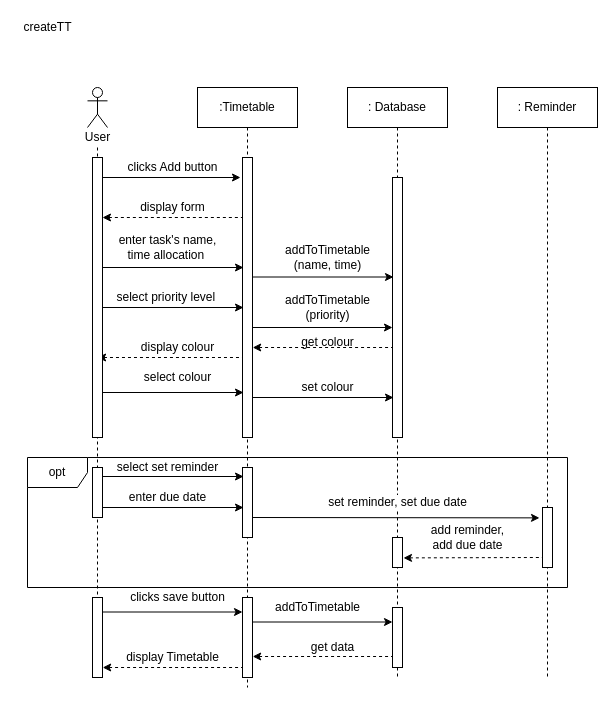
This is page "Page-2" (2 of 4) of Timetable.drawio from FaizAnuar/ashisu, a draw.io file, before an edit. Source tidied: cells renumbered, new cells numbered last; positions are measured from the earlier drawing's top-left corner, leaving out a move shared by most shapes. Both pictures are drawn from the tidied source at 100%, with x=0, y=0 at pixel (17, 17).
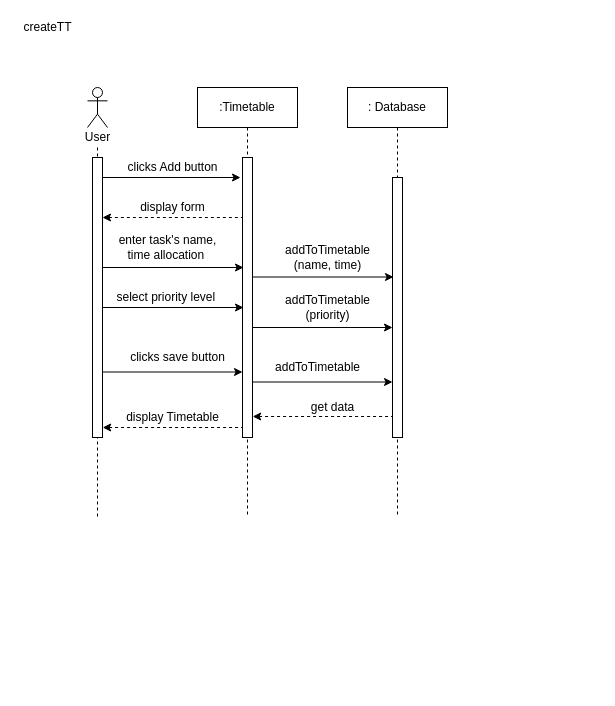
After the change.

Unchanged cells that the change refers to:
```xml
<mxCell id="5" value=":Timetable" style="rounded=0;whiteSpace=wrap;html=1;" parent="1" vertex="1">
  <mxGeometry x="180" y="70" width="100" height="40" as="geometry" />
</mxCell>
<mxCell id="7" value=": Database" style="rounded=0;whiteSpace=wrap;html=1;" parent="1" vertex="1">
  <mxGeometry x="330" y="70" width="100" height="40" as="geometry" />
</mxCell>
<mxCell id="11" value="User" style="text;html=1;align=center;verticalAlign=middle;points=[];strokeColor=none;" parent="1" vertex="1">
  <mxGeometry x="60" y="110" width="40" height="20" as="geometry" />
</mxCell>
```

What changed in the source:
```diff
@@
-    <mxCell id="2" value="opt" style="shape=umlFrame;whiteSpace=wrap;html=1;fillColor=#FFFFFF;" parent="1" vertex="1">
-      <mxGeometry x="10" y="440" width="540" height="130" as="geometry" />
-    </mxCell>
     <mxCell id="3" style="edgeStyle=orthogonalEdgeStyle;rounded=0;jettySize=auto;html=1;endArrow=none;endFill=0;dashed=1;" parent="1" edge="1" source="11">
       <mxGeometry relative="1" as="geometry">
-        <mxPoint x="80" y="660" as="targetPoint" />
+        <mxPoint x="80" y="500" as="targetPoint" />
       </mxGeometry>
     </mxCell>
@@
     <mxCell id="6" style="edgeStyle=orthogonalEdgeStyle;rounded=0;jettySize=auto;html=1;endArrow=none;endFill=0;dashed=1;" parent="1" edge="1" source="7">
       <mxGeometry relative="1" as="geometry">
-        <mxPoint x="380" y="660" as="targetPoint" />
+        <mxPoint x="380" y="500" as="targetPoint" />
       </mxGeometry>
     </mxCell>
@@
-    <mxCell id="14" style="endArrow=none;html=1;entryX=-0.02;entryY=0.222;entryDx=0;entryDy=0;entryPerimeter=0;startArrow=classic;startFill=1;endFill=0;dashed=1;" parent="1" edge="1">
-      <mxGeometry relative="1" as="geometry">
-        <mxPoint x="235.2" y="330" as="sourcePoint" />
-        <mxPoint x="375" y="330" as="targetPoint" />
-      </mxGeometry>
-    </mxCell>
     <mxCell id="15" style="edgeStyle=orthogonalEdgeStyle;rounded=0;jettySize=auto;html=1;endArrow=none;endFill=0;dashed=1;" parent="1" edge="1" source="5">
       <mxGeometry relative="1" as="geometry">
-        <mxPoint x="230" y="670" as="targetPoint" />
+        <mxPoint x="230" y="500" as="targetPoint" />
         <Array as="points">
           <mxPoint x="230" y="200" />
           <mxPoint x="230" y="200" />
         </Array>
       </mxGeometry>
     </mxCell>
@@
-    <mxCell id="21" style="endArrow=classic;html=1;" parent="1" edge="1">
-      <mxGeometry relative="1" as="geometry">
-        <mxPoint x="85" y="459" as="sourcePoint" />
-        <mxPoint x="226" y="459" as="targetPoint" />
-      </mxGeometry>
-    </mxCell>
-    <mxCell id="22" style="endArrow=classic;html=1;entryX=-0.3;entryY=0.173;entryDx=0;entryDy=0;entryPerimeter=0;" parent="1" edge="1" target="51">
-      <mxGeometry relative="1" as="geometry">
-        <mxPoint x="234" y="500" as="sourcePoint" />
-      </mxGeometry>
-    </mxCell>
-    <mxCell id="23" style="endArrow=none;html=1;entryX=0.5;entryY=0.833;entryDx=0;entryDy=0;entryPerimeter=0;startArrow=classic;startFill=1;endFill=0;dashed=1;exitX=1.1;exitY=0.68;exitDx=0;exitDy=0;exitPerimeter=0;" parent="1" edge="1" source="40" target="51">
-      <mxGeometry relative="1" as="geometry" />
-    </mxCell>
@@
-    <mxCell id="27" value="select set reminder" style="text;html=1;align=center;verticalAlign=middle;strokeColor=none;" parent="1" vertex="1">
-      <mxGeometry x="90" y="440" width="120" height="20" as="geometry" />
-    </mxCell>
-    <mxCell id="28" style="endArrow=classic;html=1;" parent="1" edge="1">
-      <mxGeometry relative="1" as="geometry">
-        <mxPoint x="85" y="375" as="sourcePoint" />
-        <mxPoint x="226" y="375" as="targetPoint" />
-      </mxGeometry>
-    </mxCell>
-    <mxCell id="29" style="endArrow=classic;html=1;" parent="1" edge="1">
-      <mxGeometry relative="1" as="geometry">
-        <mxPoint x="85" y="490" as="sourcePoint" />
-        <mxPoint x="226" y="490" as="targetPoint" />
-      </mxGeometry>
-    </mxCell>
     <mxCell id="30" style="endArrow=classic;html=1;" parent="1" edge="1">
       <mxGeometry relative="1" as="geometry">
-        <mxPoint x="234" y="604.5" as="sourcePoint" />
-        <mxPoint x="375" y="604.5" as="targetPoint" />
+        <mxPoint x="234" y="364.5" as="sourcePoint" />
+        <mxPoint x="375" y="364.5" as="targetPoint" />
       </mxGeometry>
     </mxCell>
     <mxCell id="31" style="endArrow=classic;html=1;" parent="1" edge="1">
       <mxGeometry relative="1" as="geometry">
-        <mxPoint x="84" y="594.5" as="sourcePoint" />
-        <mxPoint x="225" y="594.5" as="targetPoint" />
+        <mxPoint x="84" y="354.5" as="sourcePoint" />
+        <mxPoint x="225" y="354.5" as="targetPoint" />
       </mxGeometry>
     </mxCell>
-    <mxCell id="32" value="select colour" style="text;html=1;align=center;verticalAlign=middle;strokeColor=none;" parent="1" vertex="1">
-      <mxGeometry x="120" y="350" width="80" height="20" as="geometry" />
-    </mxCell>
-    <mxCell id="33" value="set colour" style="text;html=1;align=center;verticalAlign=middle;strokeColor=none;" parent="1" vertex="1">
-      <mxGeometry x="275" y="360" width="70" height="20" as="geometry" />
-    </mxCell>
-    <mxCell id="34" style="html=1;perimeter=orthogonalPerimeter;fillColor=#FFFFFF;" parent="1" vertex="1">
-      <mxGeometry x="75" y="450" width="10" height="50" as="geometry" />
-    </mxCell>
-    <mxCell id="35" style="html=1;perimeter=orthogonalPerimeter;fillColor=#FFFFFF;" parent="1" vertex="1">
-      <mxGeometry x="225" y="365" width="10" height="30" as="geometry" />
-    </mxCell>
-    <mxCell id="36" style="html=1;perimeter=orthogonalPerimeter;fillColor=#FFFFFF;" parent="1" vertex="1">
-      <mxGeometry x="75" y="360" width="10" height="30" as="geometry" />
-    </mxCell>
@@
-    <mxCell id="38" style="html=1;perimeter=orthogonalPerimeter;fillColor=#FFFFFF;" parent="1" vertex="1">
-      <mxGeometry x="225" y="450" width="10" height="70" as="geometry" />
-    </mxCell>
     <mxCell id="39" style="html=1;perimeter=orthogonalPerimeter;fillColor=#FFFFFF;" parent="1" vertex="1">
-      <mxGeometry x="75" y="580" width="10" height="80" as="geometry" />
+      <mxGeometry x="75" y="340" width="10" height="80" as="geometry" />
     </mxCell>
-    <mxCell id="40" style="html=1;points=[];perimeter=orthogonalPerimeter;fillColor=#FFFFFF;" parent="1" vertex="1">
-      <mxGeometry x="375" y="520" width="10" height="30" as="geometry" />
-    </mxCell>
@@
-    <mxCell id="42" value="enter due date" style="text;html=1;align=center;verticalAlign=middle;strokeColor=none;" parent="1" vertex="1">
-      <mxGeometry x="105" y="470" width="90" height="20" as="geometry" />
-    </mxCell>
-    <mxCell id="43" style="edgeStyle=orthogonalEdgeStyle;rounded=0;jettySize=auto;html=1;dashed=1;startArrow=none;startFill=0;endArrow=none;endFill=0;" parent="1" edge="1" source="44">
-      <mxGeometry relative="1" as="geometry">
-        <mxPoint x="530" y="660" as="targetPoint" />
-        <Array as="points">
-          <mxPoint x="530" y="660" />
-        </Array>
-      </mxGeometry>
-    </mxCell>
-    <mxCell id="44" value=": Reminder" style="rounded=0;whiteSpace=wrap;html=1;" parent="1" vertex="1">
-      <mxGeometry x="480" y="70" width="100" height="40" as="geometry" />
-    </mxCell>
-    <mxCell id="45" style="endArrow=classic;html=1;" parent="1" edge="1">
-      <mxGeometry relative="1" as="geometry">
-        <mxPoint x="235" y="380" as="sourcePoint" />
-        <mxPoint x="376" y="380" as="targetPoint" />
-      </mxGeometry>
-    </mxCell>
-    <mxCell id="46" style="endArrow=none;html=1;startArrow=classic;startFill=1;endFill=0;dashed=1;" parent="1" edge="1">
-      <mxGeometry relative="1" as="geometry">
-        <mxPoint x="80.1" y="340" as="sourcePoint" />
-        <mxPoint x="230" y="340" as="targetPoint" />
-      </mxGeometry>
-    </mxCell>
-    <mxCell id="47" value="&lt;span style=&quot;background-color: rgb(255 , 255 , 255)&quot;&gt;display colour&lt;/span&gt;" style="text;html=1;align=center;verticalAlign=middle;strokeColor=none;" parent="1" vertex="1">
-      <mxGeometry x="115" y="320" width="90" height="20" as="geometry" />
-    </mxCell>
-    <mxCell id="48" value="get colour" style="text;html=1;align=center;verticalAlign=middle;strokeColor=none;" parent="1" vertex="1">
-      <mxGeometry x="275" y="315" width="70" height="20" as="geometry" />
-    </mxCell>
-    <mxCell id="49" value="&lt;span style=&quot;background-color: rgb(255 , 255 , 255)&quot;&gt;set reminder, set due date&lt;/span&gt;" style="text;html=1;align=center;verticalAlign=middle;strokeColor=none;" parent="1" vertex="1">
-      <mxGeometry x="305" y="475" width="150" height="20" as="geometry" />
-    </mxCell>
     <mxCell id="50" style="html=1;perimeter=orthogonalPerimeter;fillColor=#FFFFFF;" parent="1" vertex="1">
-      <mxGeometry x="225" y="580" width="10" height="80" as="geometry" />
+      <mxGeometry x="225" y="340" width="10" height="80" as="geometry" />
     </mxCell>
-    <mxCell id="51" style="html=1;points=[];perimeter=orthogonalPerimeter;fillColor=#FFFFFF;" parent="1" vertex="1">
-      <mxGeometry x="525" y="490" width="10" height="60" as="geometry" />
-    </mxCell>
-    <mxCell id="52" value="&lt;span style=&quot;background-color: rgb(255 , 255 , 255)&quot;&gt;add reminder, &lt;br&gt;add due date&lt;/span&gt;" style="text;html=1;align=center;verticalAlign=middle;strokeColor=none;" parent="1" vertex="1">
-      <mxGeometry x="405" y="505" width="90" height="30" as="geometry" />
-    </mxCell>
@@
     <mxCell id="55" value="clicks save button" style="text;html=1;align=center;verticalAlign=middle;strokeColor=none;" parent="1" vertex="1">
-      <mxGeometry x="105" y="570" width="110" height="20" as="geometry" />
+      <mxGeometry x="105" y="330" width="110" height="20" as="geometry" />
     </mxCell>
-    <mxCell id="56" style="html=1;perimeter=orthogonalPerimeter;fillColor=#FFFFFF;" parent="1" vertex="1">
-      <mxGeometry x="375" y="590" width="10" height="60" as="geometry" />
-    </mxCell>
     <mxCell id="57" style="endArrow=none;html=1;entryX=-0.02;entryY=0.222;entryDx=0;entryDy=0;entryPerimeter=0;startArrow=classic;startFill=1;endFill=0;dashed=1;" parent="1" edge="1">
       <mxGeometry relative="1" as="geometry">
-        <mxPoint x="85.2" y="650" as="sourcePoint" />
-        <mxPoint x="225" y="650" as="targetPoint" />
+        <mxPoint x="85.2" y="410" as="sourcePoint" />
+        <mxPoint x="225" y="410" as="targetPoint" />
       </mxGeometry>
     </mxCell>
     <mxCell id="58" style="endArrow=none;html=1;entryX=-0.02;entryY=0.222;entryDx=0;entryDy=0;entryPerimeter=0;startArrow=classic;startFill=1;endFill=0;dashed=1;" parent="1" edge="1">
       <mxGeometry relative="1" as="geometry">
-        <mxPoint x="235.2" y="639" as="sourcePoint" />
-        <mxPoint x="375" y="639" as="targetPoint" />
+        <mxPoint x="235.2" y="399" as="sourcePoint" />
+        <mxPoint x="375" y="399" as="targetPoint" />
       </mxGeometry>
     </mxCell>
     <mxCell id="59" value="addToTimetable" style="text;html=1;align=center;verticalAlign=middle;strokeColor=none;" parent="1" vertex="1">
-      <mxGeometry x="250" y="580" width="100" height="20" as="geometry" />
+      <mxGeometry x="250" y="340" width="100" height="20" as="geometry" />
     </mxCell>
     <mxCell id="60" value="get data" style="text;html=1;align=center;verticalAlign=middle;strokeColor=none;" parent="1" vertex="1">
-      <mxGeometry x="285" y="620" width="60" height="20" as="geometry" />
+      <mxGeometry x="285" y="380" width="60" height="20" as="geometry" />
     </mxCell>
     <mxCell id="61" value="display Timetable" style="text;html=1;align=center;verticalAlign=middle;strokeColor=none;" parent="1" vertex="1">
-      <mxGeometry x="100" y="630" width="110" height="20" as="geometry" />
+      <mxGeometry x="100" y="390" width="110" height="20" as="geometry" />
     </mxCell>
```
